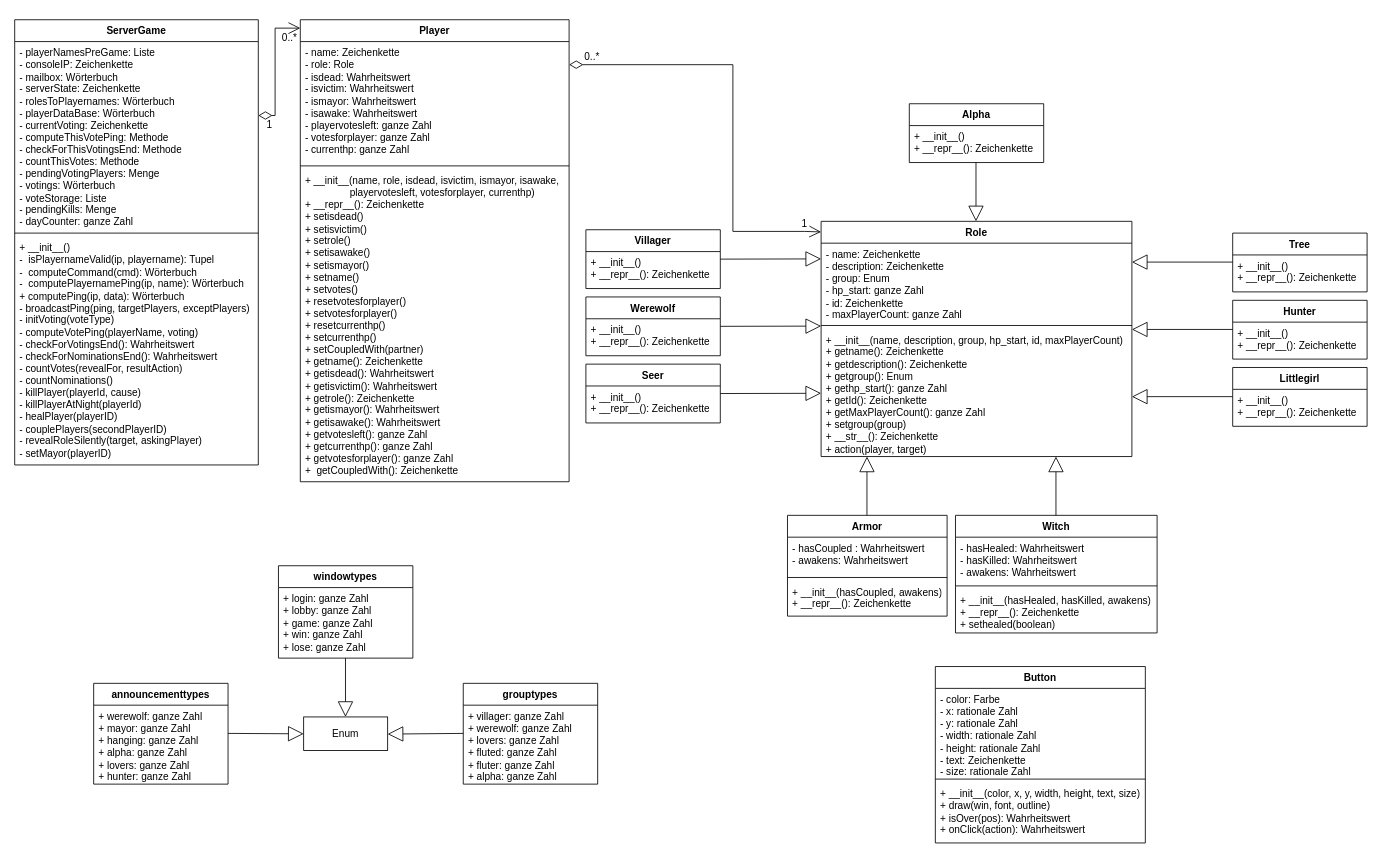
The draw.io diagram UML-Klassendiagramm.drawio in lukitheflusspferd/KeplerWolf, before the edit. Source tidied: cells renumbered, new cells numbered last; positions are measured from the earlier drawing's top-left corner, leaving out a move shared by most shapes. Both pictures are drawn from the tidied source at 84%, with x=0, y=0 at pixel (14, 19).
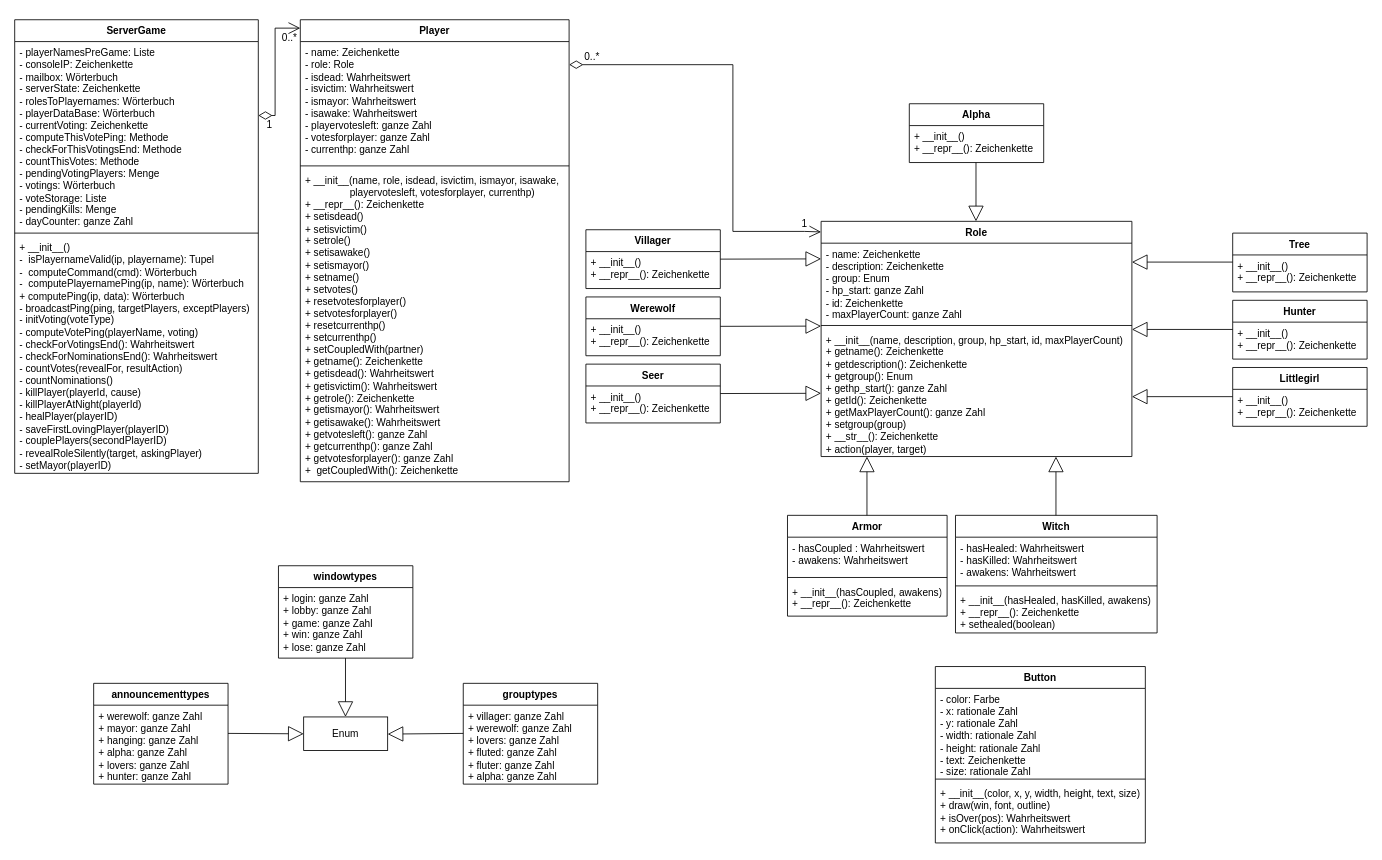
The same page after the edit.

Commit message (it also covers changes not shown here):
letzte Votings

Change to the diagram source:
```diff
@@
     <mxCell id="58" value="ServerGame" style="swimlane;fontStyle=1;align=center;verticalAlign=top;horizontal=1;startSize=26;whiteSpace=wrap;html=1;" parent="1" vertex="1">
-      <mxGeometry width="290" height="530" as="geometry" />
+      <mxGeometry width="290" height="540" as="geometry" />
     </mxCell>
@@
-    <mxCell id="61" value="&lt;div&gt;+ __init__()&lt;/div&gt;&lt;div&gt;-&amp;nbsp; isPlayernameValid(ip, playername): Tupel&lt;/div&gt;&lt;div&gt;-&amp;nbsp; computeCommand(cmd): Wörterbuch&lt;/div&gt;&lt;div&gt;-&amp;nbsp; computePlayernamePing(ip, name): Wörterbuch&lt;/div&gt;&lt;div&gt;+ computePing(ip, data): Wörterbuch&lt;/div&gt;&lt;div&gt;- broadcastPing(ping, targetPlayers, exceptPlayers)&lt;/div&gt;&lt;div&gt;-&amp;nbsp;&lt;span style=&quot;background-color: initial;&quot;&gt;initVoting(voteType)&lt;/span&gt;&lt;/div&gt;&lt;div&gt;&lt;span style=&quot;background-color: initial;&quot;&gt;- computeVotePing(playerName, voting)&lt;/span&gt;&lt;/div&gt;&lt;div&gt;&lt;span style=&quot;background-color: initial;&quot;&gt;-&amp;nbsp;&lt;/span&gt;&lt;span style=&quot;background-color: initial;&quot;&gt;checkForVotingsEnd(): Wahrheitswert&lt;/span&gt;&lt;/div&gt;&lt;div&gt;&lt;span style=&quot;background-color: initial;&quot;&gt;-&amp;nbsp;&lt;/span&gt;&lt;span style=&quot;background-color: initial;&quot;&gt;checkForNominationsEnd(): Wahrheitswert&lt;/span&gt;&lt;/div&gt;&lt;div&gt;&lt;span style=&quot;background-color: initial;&quot;&gt;- countVotes(revealFor, resultAction)&lt;/span&gt;&lt;/div&gt;&lt;div&gt;&lt;span style=&quot;background-color: initial;&quot;&gt;- countNominations()&lt;/span&gt;&lt;/div&gt;&lt;div&gt;&lt;span style=&quot;background-color: initial;&quot;&gt;- killPlayer(playerId,&amp;nbsp;cause)&lt;br&gt;&lt;/span&gt;&lt;/div&gt;&lt;div&gt;&lt;span style=&quot;background-color: initial;&quot;&gt;- killPlayerAtNight(playerId)&lt;br&gt;&lt;/span&gt;&lt;/div&gt;&lt;div&gt;&lt;span style=&quot;background-color: initial;&quot;&gt;- healPlayer(playerID)&lt;br&gt;&lt;/span&gt;&lt;/div&gt;&lt;div&gt;&lt;span style=&quot;background-color: initial;&quot;&gt;-&amp;nbsp;&lt;/span&gt;&lt;span style=&quot;background-color: initial;&quot;&gt;couplePlayers(secondPlayerID)&lt;/span&gt;&lt;/div&gt;&lt;div&gt;&lt;span style=&quot;background-color: initial;&quot;&gt;- revealRoleSilently(target, askingPlayer)&lt;/span&gt;&lt;/div&gt;&lt;div&gt;&lt;span style=&quot;background-color: initial;&quot;&gt;- setMayor(playerID)&lt;br&gt;&lt;/span&gt;&lt;/div&gt;&lt;div&gt;&lt;span style=&quot;background-color: initial;&quot;&gt;&lt;br&gt;&lt;/span&gt;&lt;/div&gt;&lt;div&gt;&lt;span style=&quot;background-color: initial;&quot;&gt;&lt;br&gt;&lt;/span&gt;&lt;/div&gt;" style="text;strokeColor=none;fillColor=none;align=left;verticalAlign=top;spacingLeft=4;spacingRight=4;overflow=hidden;whiteSpace=wrap;html=1;" parent="58" vertex="1">
-      <mxGeometry y="258" width="290" height="272" as="geometry" />
+    <mxCell id="61" value="&lt;div&gt;+ __init__()&lt;/div&gt;&lt;div&gt;-&amp;nbsp; isPlayernameValid(ip, playername): Tupel&lt;/div&gt;&lt;div&gt;-&amp;nbsp; computeCommand(cmd): Wörterbuch&lt;/div&gt;&lt;div&gt;-&amp;nbsp; computePlayernamePing(ip, name): Wörterbuch&lt;/div&gt;&lt;div&gt;+ computePing(ip, data): Wörterbuch&lt;/div&gt;&lt;div&gt;- broadcastPing(ping, targetPlayers, exceptPlayers)&lt;/div&gt;&lt;div&gt;-&amp;nbsp;&lt;span style=&quot;background-color: initial;&quot;&gt;initVoting(voteType)&lt;/span&gt;&lt;/div&gt;&lt;div&gt;&lt;span style=&quot;background-color: initial;&quot;&gt;- computeVotePing(playerName, voting)&lt;/span&gt;&lt;/div&gt;&lt;div&gt;&lt;span style=&quot;background-color: initial;&quot;&gt;-&amp;nbsp;&lt;/span&gt;&lt;span style=&quot;background-color: initial;&quot;&gt;checkForVotingsEnd(): Wahrheitswert&lt;/span&gt;&lt;/div&gt;&lt;div&gt;&lt;span style=&quot;background-color: initial;&quot;&gt;-&amp;nbsp;&lt;/span&gt;&lt;span style=&quot;background-color: initial;&quot;&gt;checkForNominationsEnd(): Wahrheitswert&lt;/span&gt;&lt;/div&gt;&lt;div&gt;&lt;span style=&quot;background-color: initial;&quot;&gt;- countVotes(revealFor, resultAction)&lt;/span&gt;&lt;/div&gt;&lt;div&gt;&lt;span style=&quot;background-color: initial;&quot;&gt;- countNominations()&lt;/span&gt;&lt;/div&gt;&lt;div&gt;&lt;span style=&quot;background-color: initial;&quot;&gt;- killPlayer(playerId,&amp;nbsp;cause)&lt;br&gt;&lt;/span&gt;&lt;/div&gt;&lt;div&gt;&lt;span style=&quot;background-color: initial;&quot;&gt;- killPlayerAtNight(playerId)&lt;br&gt;&lt;/span&gt;&lt;/div&gt;&lt;div&gt;&lt;span style=&quot;background-color: initial;&quot;&gt;- healPlayer(playerID)&lt;br&gt;&lt;/span&gt;&lt;/div&gt;&lt;div&gt;&lt;span style=&quot;background-color: initial;&quot;&gt;- saveFirstLovingPlayer(playerID)&lt;/span&gt;&lt;/div&gt;&lt;div&gt;&lt;span style=&quot;background-color: initial;&quot;&gt;-&amp;nbsp;&lt;/span&gt;&lt;span style=&quot;background-color: initial;&quot;&gt;couplePlayers(secondPlayerID)&lt;/span&gt;&lt;/div&gt;&lt;div&gt;&lt;span style=&quot;background-color: initial;&quot;&gt;- revealRoleSilently(target, askingPlayer)&lt;/span&gt;&lt;/div&gt;&lt;div&gt;&lt;span style=&quot;background-color: initial;&quot;&gt;- setMayor(playerID)&lt;br&gt;&lt;/span&gt;&lt;/div&gt;&lt;div&gt;&lt;span style=&quot;background-color: initial;&quot;&gt;&lt;br&gt;&lt;/span&gt;&lt;/div&gt;&lt;div&gt;&lt;span style=&quot;background-color: initial;&quot;&gt;&lt;br&gt;&lt;/span&gt;&lt;/div&gt;" style="text;strokeColor=none;fillColor=none;align=left;verticalAlign=top;spacingLeft=4;spacingRight=4;overflow=hidden;whiteSpace=wrap;html=1;" parent="58" vertex="1">
+      <mxGeometry y="258" width="290" height="282" as="geometry" />
     </mxCell>
```
